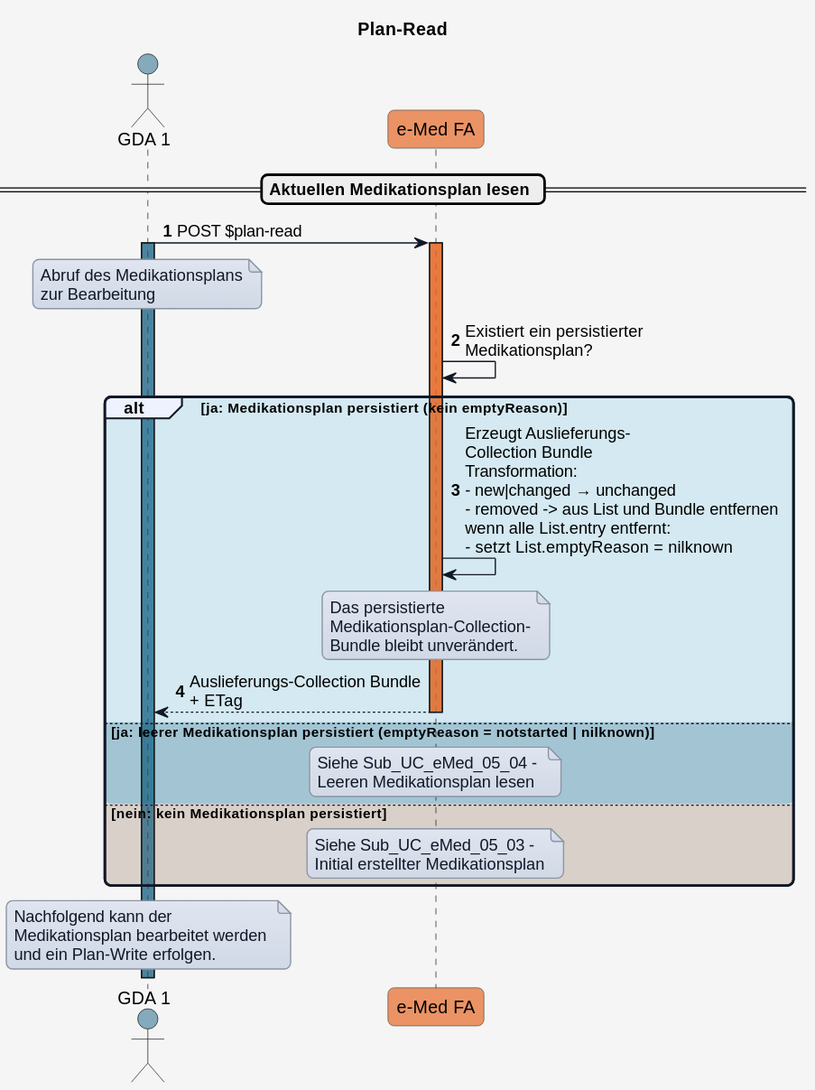
Earlier version of the PlantUML export input/images/plantuml/UC_eMed_05_02.svg (HL7Austria/ELGA-e-Medikation-R4).
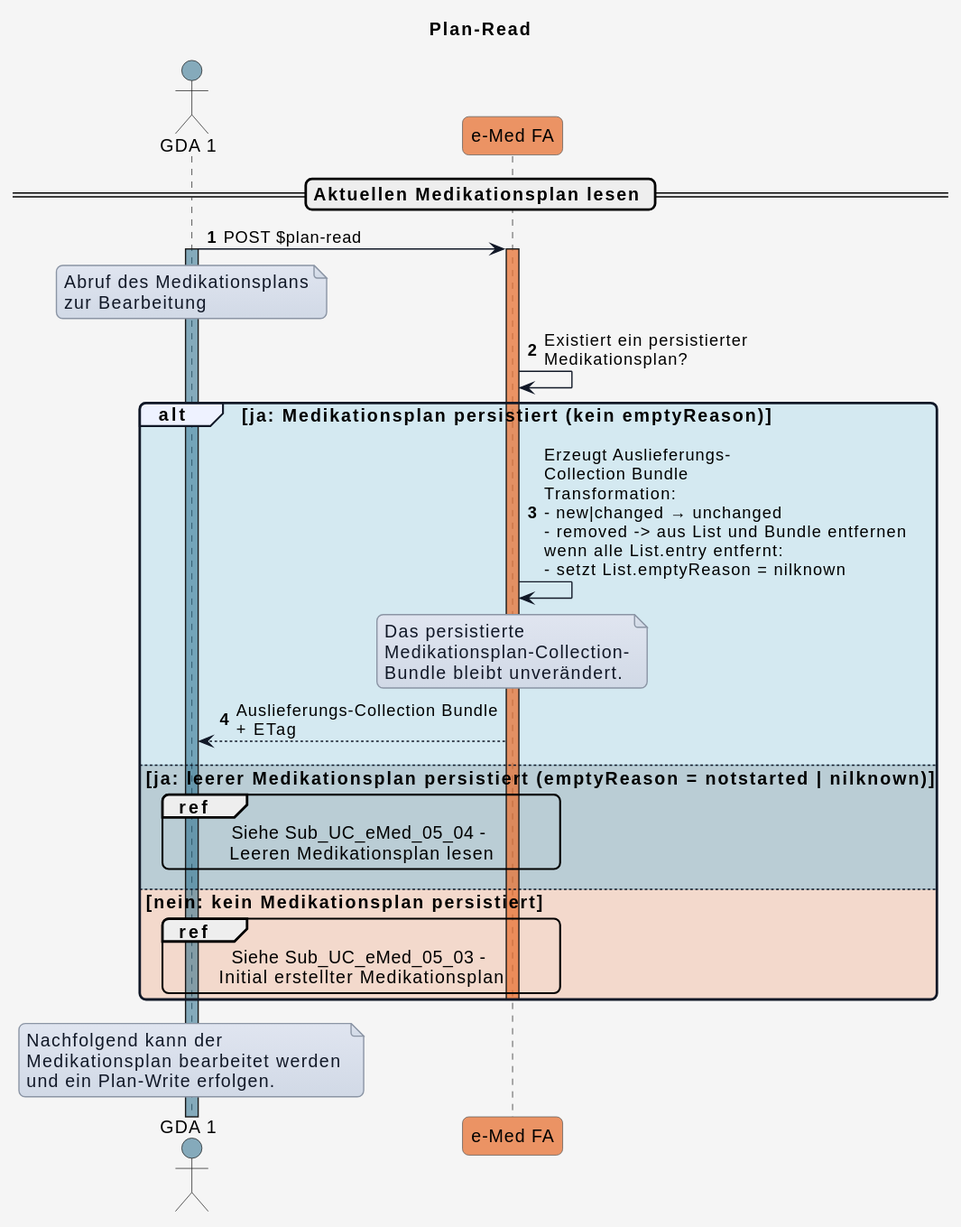
After the commit.

Diff of the diagram source:
```diff
@@ -7,6 +7,7 @@
 skinparam shadowing false
 skinparam roundCorner 10
 skinparam defaultFontName "Arial"
+skinparam defaultFontSize 14
 skinparam defaultFontColor #000000
 skinparam HyperlinkColor #0000EE
 skinparam HyperlinkUnderline false
@@ -80,17 +81,17 @@
 
 else COLOR_OK_2 ja: leerer Medikationsplan persistiert (emptyReason = notstarted | nilknown)
 
-  note over eMed_FA
+  ref over GDA_1,eMed_FA
   Siehe Sub_UC_eMed_05_04 -
   Leeren Medikationsplan lesen
-  end note
+  end ref
 
 else COLOR_ERROR nein: kein Medikationsplan persistiert
 
-  note over eMed_FA
+  ref over GDA_1,eMed_FA
   Siehe Sub_UC_eMed_05_03 -
   Initial erstellter Medikationsplan
-  end note
+  end ref
 
   deactivate eMed_FA
 end
```
